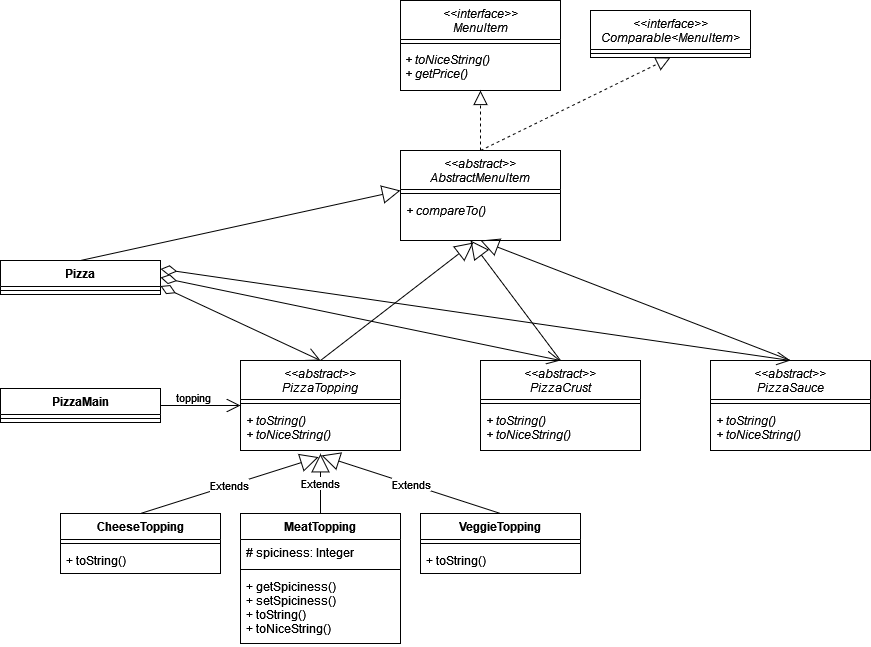
Earlier version of the draw.io export pizza.prog2.png (hsiy/csci2830pa2). Source tidied: cells renumbered, new cells last; positions are measured from the earlier drawing's top-left corner, leaving out a move shared by most shapes.
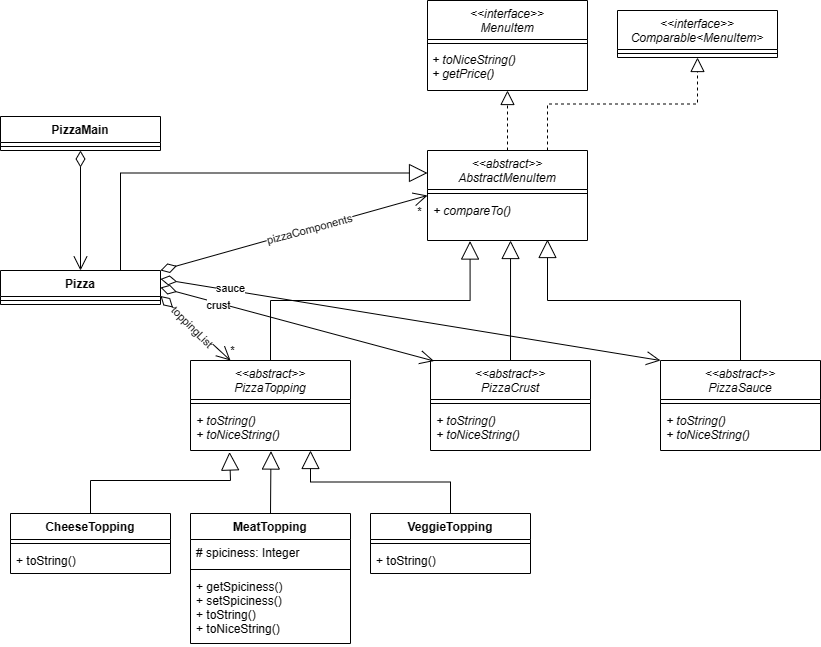
Later version of the same file.

Commit message:
corrected class diagram to more closely match the code

Change to the diagram source:
```diff
@@ -3,20 +3,12 @@
     <mxCell id="0" />
     <mxCell id="1" parent="0" />
     <mxCell id="2" value="PizzaMain" style="swimlane;fontStyle=1;align=center;verticalAlign=top;horizontal=1;startSize=26;" parent="1" vertex="1">
-      <mxGeometry y="388" width="160" height="34" as="geometry" />
+      <mxGeometry x="50" y="116" width="160" height="34" as="geometry" />
     </mxCell>
     <mxCell id="3" style="line;strokeWidth=1;fillColor=none;align=left;verticalAlign=middle;spacingTop=-1;spacingLeft=3;spacingRight=3;labelPosition=right;strokeColor=inherit;" parent="2" vertex="1">
       <mxGeometry y="26" width="160" height="8" as="geometry" />
     </mxCell>
-    <mxCell id="4" style="endArrow=open;endFill=1;endSize=12;html=1;rounded=0;exitX=1;exitY=0.5;exitDx=0;exitDy=0;entryX=0;entryY=0.5;entryDx=0;entryDy=0;" parent="1" edge="1" source="2" target="7">
-      <mxGeometry relative="1" as="geometry" />
-    </mxCell>
-    <mxCell id="5" value="topping" style="edgeLabel;html=1;align=center;verticalAlign=middle;" parent="4" vertex="1">
-      <mxGeometry x="-0.25" y="-2" relative="1" as="geometry">
-        <mxPoint x="2" y="-11" as="offset" />
-      </mxGeometry>
-    </mxCell>
-    <mxCell id="6" value="Extends" style="endArrow=block;endSize=16;endFill=0;html=1;rounded=0;exitX=0.5;exitY=0;exitDx=0;exitDy=0;entryX=0.5;entryY=1.077;entryDx=0;entryDy=0;entryPerimeter=0;" parent="1" edge="1" target="9">
+    <mxCell id="6" style="endArrow=block;endSize=16;endFill=0;html=1;rounded=0;exitX=0.5;exitY=0;exitDx=0;exitDy=0;entryX=0.503;entryY=1.012;entryDx=0;entryDy=0;entryPerimeter=0;" parent="1" edge="1" target="9">
       <mxGeometry relative="1" as="geometry">
         <mxPoint x="320" y="513" as="sourcePoint" />
       </mxGeometry>
@@ -48,10 +40,16 @@
     <mxCell id="15" value="+ toString()" style="text;strokeColor=none;fillColor=none;align=left;verticalAlign=top;spacingLeft=4;spacingRight=4;overflow=hidden;" parent="13" vertex="1">
       <mxGeometry y="34" width="160" height="26" as="geometry" />
     </mxCell>
-    <mxCell id="16" value="Extends" style="endArrow=block;endSize=16;endFill=0;html=1;rounded=0;exitX=0.5;exitY=0;exitDx=0;exitDy=0;entryX=0.488;entryY=1.154;entryDx=0;entryDy=0;entryPerimeter=0;" parent="1" edge="1" source="13" target="9">
-      <mxGeometry relative="1" as="geometry" />
+    <mxCell id="16" style="endArrow=block;endSize=16;endFill=0;html=1;rounded=0;exitX=0.5;exitY=0;exitDx=0;exitDy=0;entryX=0.244;entryY=1.035;entryDx=0;entryDy=0;entryPerimeter=0;edgeStyle=orthogonalEdgeStyle;" parent="1" edge="1" source="13" target="9">
+      <mxGeometry relative="1" as="geometry">
+        <Array as="points">
+          <mxPoint x="140" y="480" />
+          <mxPoint x="280" y="480" />
+          <mxPoint x="280" y="452" />
+        </Array>
+      </mxGeometry>
     </mxCell>
-    <mxCell id="17" value="Extends" style="endArrow=block;endSize=16;endFill=0;html=1;rounded=0;exitX=0.5;exitY=0;exitDx=0;exitDy=0;entryX=0.506;entryY=1.115;entryDx=0;entryDy=0;entryPerimeter=0;" parent="1" edge="1" source="10" target="9">
+    <mxCell id="17" style="endArrow=block;endSize=16;endFill=0;html=1;rounded=0;exitX=0.5;exitY=0;exitDx=0;exitDy=0;entryX=0.75;entryY=1;entryDx=0;entryDy=0;entryPerimeter=0;edgeStyle=orthogonalEdgeStyle;" parent="1" edge="1" source="10" target="9">
       <mxGeometry relative="1" as="geometry" />
     </mxCell>
     <mxCell id="18" value="MeatTopping" style="swimlane;fontStyle=1;align=center;verticalAlign=top;horizontal=1;startSize=26;" parent="1" vertex="1">
@@ -85,7 +83,7 @@
       <mxGeometry y="47" width="160" height="43" as="geometry" />
     </mxCell>
     <mxCell id="28" value="&lt;&lt;interface&gt;&gt;&#10;MenuItem" style="swimlane;fontStyle=2;align=center;verticalAlign=top;horizontal=1;startSize=39;" parent="1" vertex="1">
-      <mxGeometry x="400" width="160" height="90" as="geometry" />
+      <mxGeometry x="477" width="160" height="90" as="geometry" />
     </mxCell>
     <mxCell id="29" style="line;strokeWidth=1;fillColor=none;align=left;verticalAlign=middle;spacingTop=-1;spacingLeft=3;spacingRight=3;labelPosition=right;strokeColor=inherit;" parent="28" vertex="1">
       <mxGeometry y="39" width="160" height="8" as="geometry" />
@@ -94,22 +92,42 @@
       <mxGeometry y="47" width="160" height="43" as="geometry" />
     </mxCell>
     <mxCell id="31" value="Pizza" style="swimlane;fontStyle=1;align=center;verticalAlign=top;horizontal=1;startSize=26;" parent="1" vertex="1">
-      <mxGeometry y="260" width="160" height="34" as="geometry" />
+      <mxGeometry x="50" y="270" width="160" height="34" as="geometry" />
     </mxCell>
     <mxCell id="32" style="line;strokeWidth=1;fillColor=none;align=left;verticalAlign=middle;spacingTop=-1;spacingLeft=3;spacingRight=3;labelPosition=right;strokeColor=inherit;" parent="31" vertex="1">
       <mxGeometry y="26" width="160" height="8" as="geometry" />
     </mxCell>
-    <mxCell id="33" style="endArrow=open;html=1;endSize=12;startArrow=diamondThin;startSize=14;startFill=0;align=left;verticalAlign=bottom;rounded=0;exitX=1;exitY=0.75;exitDx=0;exitDy=0;entryX=0.5;entryY=0;entryDx=0;entryDy=0;" parent="1" edge="1" source="31" target="7">
+    <mxCell id="33" style="endArrow=open;html=1;endSize=12;startArrow=diamondThin;startSize=14;startFill=0;align=left;verticalAlign=bottom;rounded=0;exitX=1;exitY=0.75;exitDx=0;exitDy=0;entryX=0.25;entryY=0;entryDx=0;entryDy=0;" parent="1" edge="1" source="31" target="7">
       <mxGeometry x="-1" y="3" relative="1" as="geometry" />
     </mxCell>
+    <mxCell id="47" value="*" style="edgeLabel;html=1;align=center;verticalAlign=middle;" parent="33" vertex="1">
+      <mxGeometry x="0.88" y="3" relative="1" as="geometry">
+        <mxPoint x="4" y="-4" as="offset" />
+      </mxGeometry>
+    </mxCell>
+    <mxCell id="48" value="toppingList" style="edgeLabel;html=1;align=center;verticalAlign=middle;rotation=45;" parent="33" vertex="1">
+      <mxGeometry x="0.27" y="-1" relative="1" as="geometry">
+        <mxPoint x="-11" y="-11" as="offset" />
+      </mxGeometry>
+    </mxCell>
-    <mxCell id="34" style="endArrow=open;html=1;endSize=12;startArrow=diamondThin;startSize=14;startFill=0;align=left;verticalAlign=bottom;rounded=0;exitX=1;exitY=0.5;exitDx=0;exitDy=0;entryX=0.5;entryY=0;entryDx=0;entryDy=0;" parent="1" edge="1" source="31" target="22">
+    <mxCell id="34" style="endArrow=open;html=1;endSize=12;startArrow=diamondThin;startSize=14;startFill=0;align=left;verticalAlign=bottom;rounded=0;exitX=1;exitY=0.5;exitDx=0;exitDy=0;entryX=0.022;entryY=0.006;entryDx=0;entryDy=0;entryPerimeter=0;" parent="1" edge="1" source="31" target="22">
       <mxGeometry x="-1" y="3" relative="1" as="geometry" />
     </mxCell>
+    <mxCell id="49" value="crust" style="edgeLabel;html=1;align=center;verticalAlign=middle;" parent="34" vertex="1">
+      <mxGeometry x="-0.4" relative="1" as="geometry">
+        <mxPoint x="-25" y="-5" as="offset" />
+      </mxGeometry>
+    </mxCell>
-    <mxCell id="35" style="endArrow=open;html=1;endSize=12;startArrow=diamondThin;startSize=14;startFill=0;align=left;verticalAlign=bottom;rounded=0;exitX=1;exitY=0.25;exitDx=0;exitDy=0;entryX=0.5;entryY=0;entryDx=0;entryDy=0;" parent="1" edge="1" source="31" target="25">
+    <mxCell id="35" style="endArrow=open;html=1;endSize=12;startArrow=diamondThin;startSize=14;startFill=0;align=left;verticalAlign=bottom;rounded=0;exitX=1;exitY=0.25;exitDx=0;exitDy=0;entryX=0;entryY=0;entryDx=0;entryDy=0;" parent="1" edge="1" source="31" target="25">
       <mxGeometry x="-1" y="3" relative="1" as="geometry" />
     </mxCell>
+    <mxCell id="50" value="sauce" style="edgeLabel;html=1;align=center;verticalAlign=middle;" parent="35" vertex="1">
+      <mxGeometry x="-0.49" y="1" relative="1" as="geometry">
+        <mxPoint x="-57" y="-11" as="offset" />
+      </mxGeometry>
+    </mxCell>
     <mxCell id="36" value="&lt;&lt;abstract&gt;&gt;&#10;AbstractMenuItem" style="swimlane;fontStyle=2;align=center;verticalAlign=top;horizontal=1;startSize=39;" parent="1" vertex="1">
-      <mxGeometry x="400" y="150" width="160" height="90" as="geometry" />
+      <mxGeometry x="477" y="150" width="160" height="90" as="geometry" />
     </mxCell>
     <mxCell id="37" style="line;strokeWidth=1;fillColor=none;align=left;verticalAlign=middle;spacingTop=-1;spacingLeft=3;spacingRight=3;labelPosition=right;points=[];portConstraint=eastwest;strokeColor=inherit;" parent="36" vertex="1">
       <mxGeometry y="39" width="160" height="8" as="geometry" />
@@ -119,35 +137,47 @@
     </mxCell>
     <mxCell id="39" style="endArrow=block;dashed=1;endFill=0;endSize=12;html=1;rounded=0;exitX=0.5;exitY=0;exitDx=0;exitDy=0;" parent="1" edge="1" source="36">
       <mxGeometry relative="1" as="geometry">
-        <mxPoint x="480" y="90" as="targetPoint" />
+        <mxPoint x="557" y="90" as="targetPoint" />
       </mxGeometry>
     </mxCell>
-    <mxCell id="40" style="endArrow=block;endSize=16;endFill=0;html=1;rounded=0;entryX=0.456;entryY=1.047;entryDx=0;entryDy=0;entryPerimeter=0;" parent="1" edge="1" target="38">
+    <mxCell id="40" style="endArrow=block;endSize=16;endFill=0;html=1;rounded=0;entryX=0.266;entryY=1.012;entryDx=0;entryDy=0;entryPerimeter=0;edgeStyle=orthogonalEdgeStyle;" parent="1" edge="1" target="38">
       <mxGeometry relative="1" as="geometry">
         <mxPoint x="320" y="360" as="sourcePoint" />
       </mxGeometry>
     </mxCell>
-    <mxCell id="41" style="endArrow=block;endSize=16;endFill=0;html=1;rounded=0;exitX=0.5;exitY=0;exitDx=0;exitDy=0;" parent="1" edge="1" source="22">
-      <mxGeometry relative="1" as="geometry">
-        <mxPoint x="470" y="240" as="targetPoint" />
-      </mxGeometry>
+    <mxCell id="41" style="endArrow=block;endSize=16;endFill=0;html=1;rounded=0;exitX=0.5;exitY=0;exitDx=0;exitDy=0;entryX=0.519;entryY=1;entryDx=0;entryDy=0;entryPerimeter=0;" parent="1" edge="1" source="22" target="38">
+      <mxGeometry relative="1" as="geometry" />
     </mxCell>
-    <mxCell id="42" style="endArrow=block;endSize=16;endFill=0;html=1;rounded=0;exitX=0.5;exitY=0;exitDx=0;exitDy=0;" parent="1" edge="1" source="25">
-      <mxGeometry relative="1" as="geometry">
-        <mxPoint x="480" y="240" as="targetPoint" />
-      </mxGeometry>
+    <mxCell id="42" style="endArrow=block;endSize=16;endFill=0;html=1;rounded=0;exitX=0.5;exitY=0;exitDx=0;exitDy=0;entryX=0.75;entryY=0.977;entryDx=0;entryDy=0;entryPerimeter=0;edgeStyle=orthogonalEdgeStyle;" parent="1" edge="1" source="25" target="38">
+      <mxGeometry relative="1" as="geometry" />
     </mxCell>
     <mxCell id="43" value="&lt;&lt;interface&gt;&gt;&#10;Comparable&lt;MenuItem&gt;" style="swimlane;fontStyle=2;align=center;verticalAlign=top;horizontal=1;startSize=39;" parent="1" vertex="1">
-      <mxGeometry x="590" y="10" width="160" height="47" as="geometry" />
+      <mxGeometry x="667" y="10" width="160" height="47" as="geometry" />
     </mxCell>
     <mxCell id="44" style="line;strokeWidth=1;fillColor=none;align=left;verticalAlign=middle;spacingTop=-1;spacingLeft=3;spacingRight=3;labelPosition=right;strokeColor=inherit;" parent="43" vertex="1">
       <mxGeometry y="39" width="160" height="8" as="geometry" />
     </mxCell>
-    <mxCell id="45" style="endArrow=block;dashed=1;endFill=0;endSize=12;html=1;rounded=0;entryX=0.5;entryY=1;entryDx=0;entryDy=0;exitX=0.5;exitY=0;exitDx=0;exitDy=0;" parent="1" edge="1" source="36" target="43">
+    <mxCell id="45" style="endArrow=block;dashed=1;endFill=0;endSize=12;html=1;rounded=0;entryX=0.5;entryY=1;entryDx=0;entryDy=0;exitX=0.75;exitY=0;exitDx=0;exitDy=0;edgeStyle=orthogonalEdgeStyle;" parent="1" edge="1" source="36" target="43">
       <mxGeometry relative="1" as="geometry" />
     </mxCell>
-    <mxCell id="46" style="endArrow=block;endSize=16;endFill=0;html=1;rounded=0;exitX=0.5;exitY=0;exitDx=0;exitDy=0;entryX=0;entryY=0.125;entryDx=0;entryDy=0;entryPerimeter=0;" parent="1" edge="1" source="31" target="37">
+    <mxCell id="46" style="endArrow=block;endSize=16;endFill=0;html=1;rounded=0;exitX=0.75;exitY=0;exitDx=0;exitDy=0;entryX=0;entryY=0.25;entryDx=0;entryDy=0;edgeStyle=orthogonalEdgeStyle;" parent="1" edge="1" source="31" target="36">
       <mxGeometry relative="1" as="geometry" />
     </mxCell>
+    <mxCell id="51" style="endArrow=open;html=1;endSize=12;startArrow=diamondThin;startSize=14;startFill=0;align=left;verticalAlign=bottom;rounded=0;exitX=0.5;exitY=1;exitDx=0;exitDy=0;" parent="1" edge="1" source="2" target="31">
+      <mxGeometry x="-1" y="3" relative="1" as="geometry" />
+    </mxCell>
+    <mxCell id="52" style="endArrow=open;html=1;endSize=12;startArrow=diamondThin;startSize=14;startFill=0;align=left;verticalAlign=bottom;rounded=0;exitX=1;exitY=0;exitDx=0;exitDy=0;entryX=0;entryY=0.5;entryDx=0;entryDy=0;" parent="1" edge="1" source="31" target="36">
+      <mxGeometry x="-1" y="3" relative="1" as="geometry" />
+    </mxCell>
+    <mxCell id="53" value="pizzaComponents" style="edgeLabel;html=1;align=center;verticalAlign=middle;rotation=-15;" parent="52" vertex="1">
+      <mxGeometry x="0.27" y="-1" relative="1" as="geometry">
+        <mxPoint x="-21" y="5" as="offset" />
+      </mxGeometry>
+    </mxCell>
+    <mxCell id="54" value="*" style="edgeLabel;html=1;align=center;verticalAlign=middle;" parent="52" vertex="1">
+      <mxGeometry x="0.94" y="-1" relative="1" as="geometry">
+        <mxPoint y="12" as="offset" />
+      </mxGeometry>
+    </mxCell>
   </root>
 </mxGraphModel>
```
